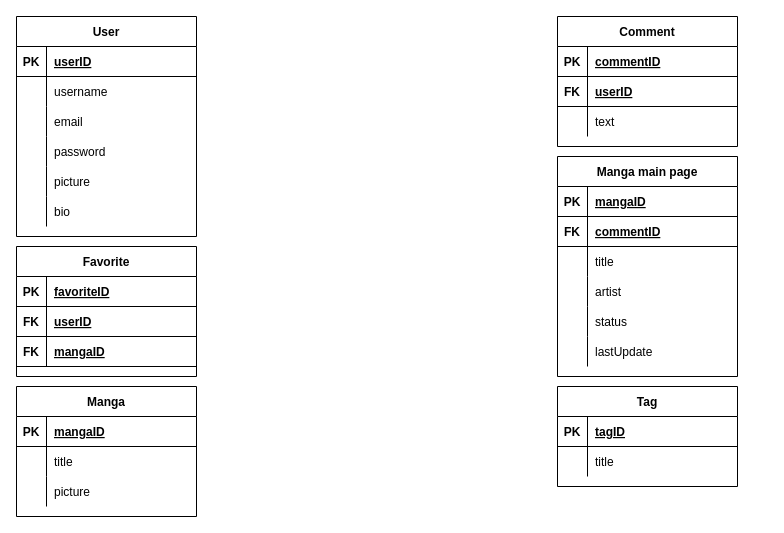
AlessyJay/yuri-reader keeps this draw.io diagram as Untitled Diagram.drawio. Above is the earlier version. Source tidied: cells renumbered, new cells numbered last; positions are measured from the earlier drawing's top-left corner, leaving out a move shared by most shapes. Both pictures are drawn from the tidied source at 100%, with x=0, y=0 at pixel (16, 16).
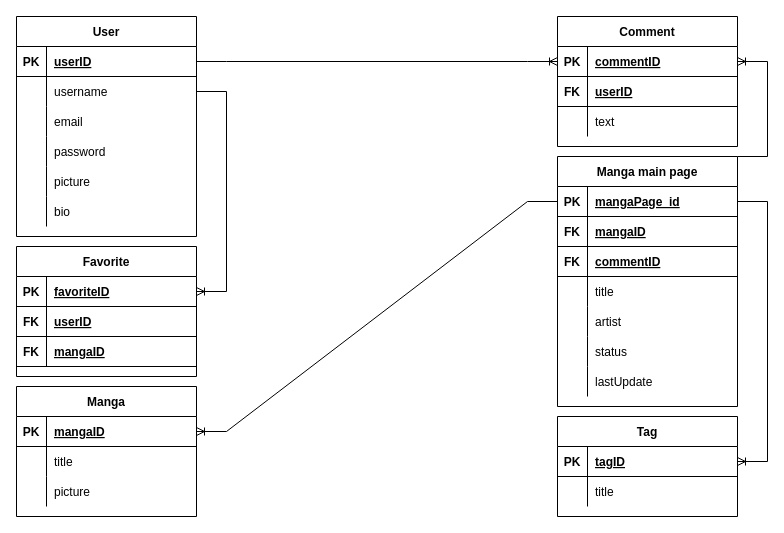
After the change.

The change refers to these unchanged cells:
```xml
<mxCell id="3" style="shape=partialRectangle;fillColor=none;top=0;left=0;bottom=1;right=0;points=[[0,0.5],[1,0.5]];portConstraint=eastwest;" parent="2" vertex="1">
  <mxGeometry y="30" width="180" height="30" as="geometry" />
</mxCell>
<mxCell id="6" style="shape=partialRectangle;fillColor=none;top=0;left=0;bottom=0;right=0;points=[[0,0.5],[1,0.5]];portConstraint=eastwest;" parent="2" vertex="1">
  <mxGeometry y="60" width="180" height="30" as="geometry" />
</mxCell>
<mxCell id="22" style="shape=partialRectangle;fillColor=none;top=0;left=0;bottom=1;right=0;points=[[0,0.5],[1,0.5]];portConstraint=eastwest;" parent="21" vertex="1">
  <mxGeometry y="30" width="180" height="30" as="geometry" />
</mxCell>
<mxCell id="32" style="shape=partialRectangle;fillColor=none;top=0;left=0;bottom=1;right=0;points=[[0,0.5],[1,0.5]];portConstraint=eastwest;" parent="31" vertex="1">
  <mxGeometry y="30" width="180" height="30" as="geometry" />
</mxCell>
<mxCell id="42" style="shape=partialRectangle;fillColor=none;top=0;left=0;bottom=1;right=0;points=[[0,0.5],[1,0.5]];portConstraint=eastwest;" parent="41" vertex="1">
  <mxGeometry y="30" width="180" height="30" as="geometry" />
</mxCell>
<mxCell id="61" style="shape=partialRectangle;fillColor=none;top=0;left=0;bottom=1;right=0;points=[[0,0.5],[1,0.5]];portConstraint=eastwest;" parent="60" vertex="1">
  <mxGeometry y="30" width="180" height="30" as="geometry" />
</mxCell>
<mxCell id="71" style="shape=partialRectangle;fillColor=none;top=0;left=0;bottom=1;right=0;points=[[0,0.5],[1,0.5]];portConstraint=eastwest;" parent="70" vertex="1">
  <mxGeometry y="30" width="180" height="30" as="geometry" />
</mxCell>
```

The edit, as a diff of the source:
```diff
@@
     <mxCell id="41" value="Manga main page" style="shape=table;startSize=30;childLayout=tableLayout;rowLines=0;fontStyle=1;align=center;" parent="1" vertex="1">
-      <mxGeometry x="541" y="140" width="180" height="220" as="geometry" />
+      <mxGeometry x="541" y="140" width="180" height="250" as="geometry" />
     </mxCell>
@@
-    <mxCell id="44" value="mangaID" style="shape=partialRectangle;fillColor=none;top=0;left=0;bottom=0;right=0;align=left;spacingLeft=6;fontStyle=5;overflow=hidden;" parent="42" vertex="1">
+    <mxCell id="44" value="mangaPage_id" style="shape=partialRectangle;fillColor=none;top=0;left=0;bottom=0;right=0;align=left;spacingLeft=6;fontStyle=5;overflow=hidden;" parent="42" vertex="1">
       <mxGeometry x="30" width="150" height="30" as="geometry" />
     </mxCell>
+    <mxCell id="77" style="shape=partialRectangle;fillColor=none;top=0;left=0;bottom=1;right=0;" parent="41" vertex="1">
+      <mxGeometry y="60" width="180" height="30" as="geometry" />
+    </mxCell>
+    <mxCell id="78" value="FK" style="shape=partialRectangle;fillColor=none;top=0;left=0;bottom=0;right=0;fontStyle=1;overflow=hidden;" parent="77" vertex="1">
+      <mxGeometry width="30" height="30" as="geometry" />
+    </mxCell>
+    <mxCell id="79" value="mangaID" style="shape=partialRectangle;fillColor=none;top=0;left=0;bottom=0;right=0;align=left;spacingLeft=6;fontStyle=5;overflow=hidden;" parent="77" vertex="1">
+      <mxGeometry x="30" width="150" height="30" as="geometry" />
+    </mxCell>
     <mxCell id="45" style="shape=partialRectangle;fillColor=none;top=0;left=0;bottom=1;right=0;" parent="41" vertex="1">
-      <mxGeometry y="60" width="180" height="30" as="geometry" />
+      <mxGeometry y="90" width="180" height="30" as="geometry" />
     </mxCell>
@@
     <mxCell id="48" style="shape=partialRectangle;fillColor=none;top=0;left=0;bottom=0;right=0;" parent="41" vertex="1">
-      <mxGeometry y="90" width="180" height="30" as="geometry" />
+      <mxGeometry y="120" width="180" height="30" as="geometry" />
     </mxCell>
@@
     <mxCell id="51" style="shape=partialRectangle;fillColor=none;top=0;left=0;bottom=0;right=0;" parent="41" vertex="1">
-      <mxGeometry y="120" width="180" height="30" as="geometry" />
+      <mxGeometry y="150" width="180" height="30" as="geometry" />
     </mxCell>
@@
     <mxCell id="54" style="shape=partialRectangle;fillColor=none;top=0;left=0;bottom=0;right=0;" parent="41" vertex="1">
-      <mxGeometry y="150" width="180" height="30" as="geometry" />
+      <mxGeometry y="180" width="180" height="30" as="geometry" />
     </mxCell>
@@
     <mxCell id="57" style="shape=partialRectangle;fillColor=none;top=0;left=0;bottom=0;right=0;" parent="41" vertex="1">
-      <mxGeometry y="180" width="180" height="30" as="geometry" />
+      <mxGeometry y="210" width="180" height="30" as="geometry" />
     </mxCell>
@@
     <mxCell id="70" value="Tag" style="shape=table;startSize=30;childLayout=tableLayout;rowLines=0;fontStyle=1;align=center;" parent="1" vertex="1">
-      <mxGeometry x="541" y="370" width="180" height="100" as="geometry" />
+      <mxGeometry x="541" y="400" width="180" height="100" as="geometry" />
     </mxCell>
@@
+    <mxCell id="80" style="edgeStyle=entityRelationEdgeStyle;fontSize=12;html=1;endArrow=ERoneToMany;rounded=0;exitX=1;exitY=0.5;exitDx=0;exitDy=0;entryX=0;entryY=0.5;entryDx=0;entryDy=0;" parent="1" edge="1" source="3" target="22">
+      <mxGeometry relative="1" as="geometry" />
+    </mxCell>
+    <mxCell id="81" style="edgeStyle=entityRelationEdgeStyle;fontSize=12;html=1;endArrow=ERoneToMany;rounded=0;exitX=0;exitY=0.5;exitDx=0;exitDy=0;entryX=1;entryY=0.5;entryDx=0;entryDy=0;" parent="1" edge="1" source="42" target="61">
+      <mxGeometry relative="1" as="geometry" />
+    </mxCell>
+    <mxCell id="82" style="edgeStyle=entityRelationEdgeStyle;fontSize=12;html=1;endArrow=ERoneToMany;rounded=0;exitX=1;exitY=0.5;exitDx=0;exitDy=0;entryX=1;entryY=0.5;entryDx=0;entryDy=0;" parent="1" edge="1" source="6" target="32">
+      <mxGeometry relative="1" as="geometry" />
+    </mxCell>
+    <mxCell id="83" style="edgeStyle=entityRelationEdgeStyle;fontSize=12;html=1;endArrow=ERoneToMany;rounded=0;exitX=1;exitY=0.5;exitDx=0;exitDy=0;entryX=1;entryY=0.5;entryDx=0;entryDy=0;" parent="1" edge="1" source="42" target="71">
+      <mxGeometry relative="1" as="geometry" />
+    </mxCell>
+    <mxCell id="84" style="edgeStyle=entityRelationEdgeStyle;fontSize=12;html=1;endArrow=ERoneToMany;rounded=0;exitX=1;exitY=0;exitDx=0;exitDy=0;entryX=1;entryY=0.5;entryDx=0;entryDy=0;" parent="1" edge="1" source="41" target="22">
+      <mxGeometry relative="1" as="geometry" />
+    </mxCell>
```
